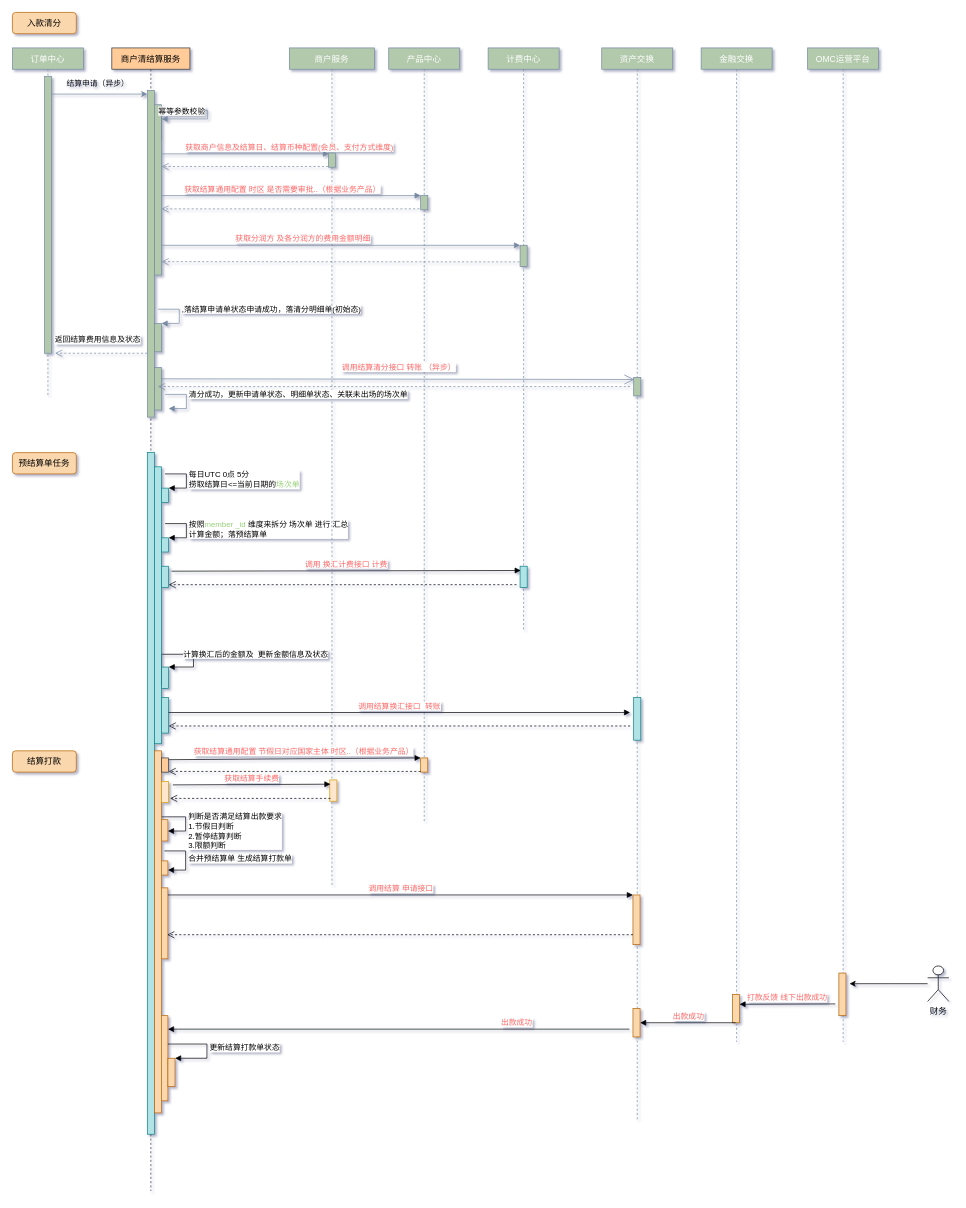
This is merchant-settle/Untitled Diagram.drawio from DominicElvira/Diagrams, a draw.io file, before an edit. Source tidied: cells renumbered, new cells numbered last; positions are measured from the earlier drawing's top-left corner, leaving out a move shared by most shapes. Both pictures are drawn from the tidied source at 71%, with x=0, y=0 at pixel (12, 12).
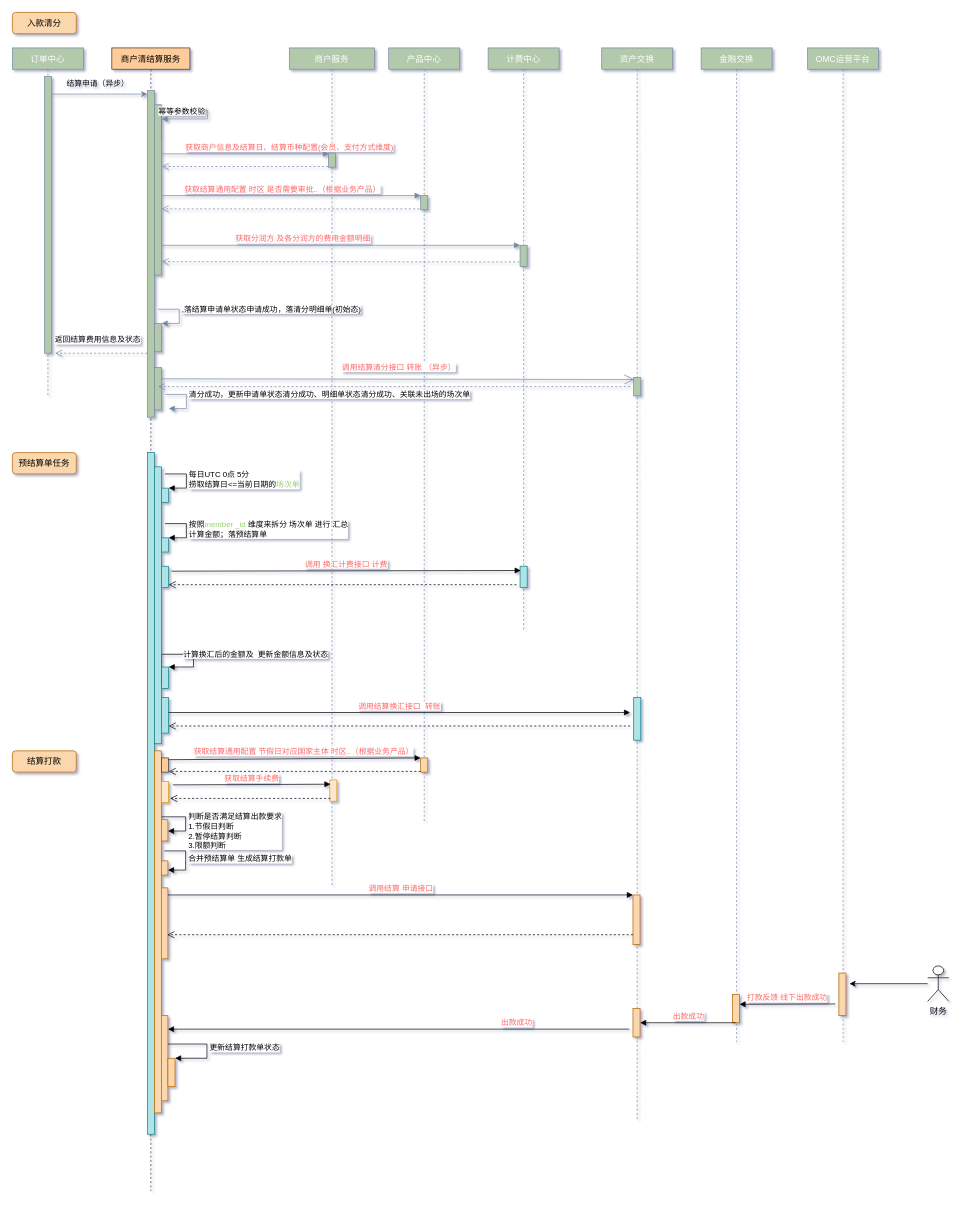
The same page after the edit.

Diff of the diagram source:
```diff
@@
-    <mxCell id="79" value="清分成功，更新申请单状态、明细单状态、关联未出场的场次单" style="edgeStyle=orthogonalEdgeStyle;html=1;align=left;spacingLeft=2;endArrow=block;rounded=0;entryX=1;entryY=0;fontSize=11;fontColor=#000000;strokeColor=#788AA3;strokeWidth=1;fillColor=#B2C9AB;curved=0;jumpStyle=none;" parent="1" edge="1">
+    <mxCell id="79" value="清分成功，更新申请单状态清分成功、明细单状态清分成功、关联未出场的场次单" style="edgeStyle=orthogonalEdgeStyle;html=1;align=left;spacingLeft=2;endArrow=block;rounded=0;entryX=1;entryY=0;fontSize=11;fontColor=#000000;strokeColor=#788AA3;strokeWidth=1;fillColor=#B2C9AB;curved=0;jumpStyle=none;" parent="1" edge="1">
       <mxGeometry x="-0.2" relative="1" as="geometry">
         <mxPoint x="215" y="538" as="sourcePoint" />
         <mxPoint x="220" y="558" as="targetPoint" />
         <Array as="points">
           <mxPoint x="245" y="538" />
         </Array>
       </mxGeometry>
     </mxCell>
```
